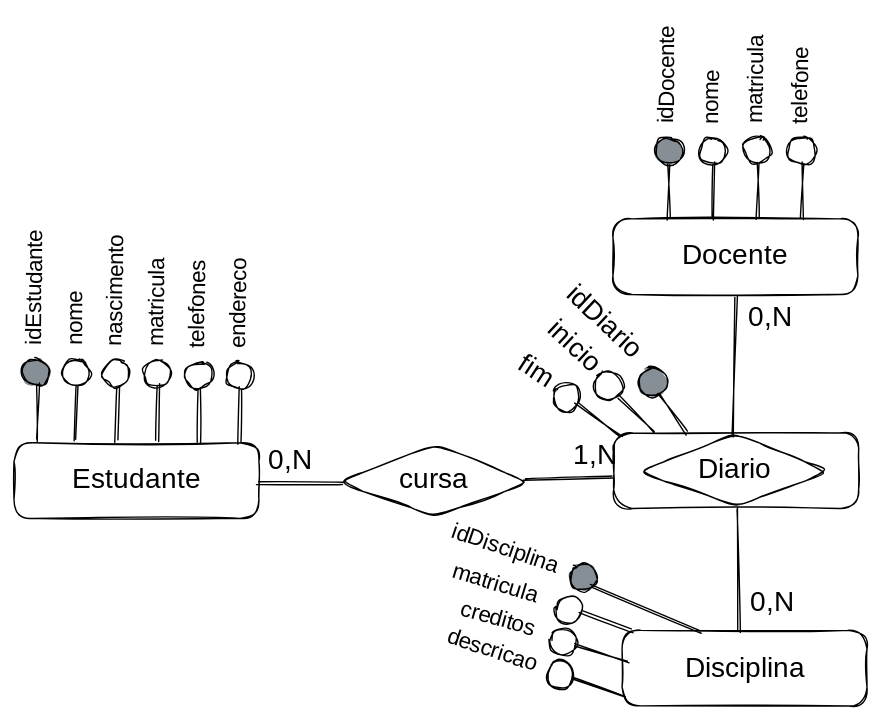
francojoao/gb-banco-de-dados keeps this Excalidraw diagram as .gitbook/assets/file.excalidraw (9).svg. Above is the earlier version. Source tidied: one line per element, renumbered; positions are measured from the earlier drawing's top-left corner, leaving out a move shared by most shapes.
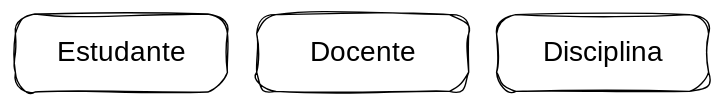
Later version of the same file.

What changed in the source:
```diff
@@ -1,70 +1,6 @@
-{"id": 0, "type": "rectangle", "strokeColor": "#000000", "strokeWidth": 1, "roughness": 1, "round": true, "x": 33, "y": 277, "width": 175, "height": 54}
+{"id": 70, "type": "rectangle", "strokeColor": "#000000", "strokeWidth": 1, "roughness": 2, "round": true, "x": 351, "y": 304, "width": 152, "height": 56}
-{"id": 1, "type": "text", "text": "Estudante", "strokeColor": "#000000", "strokeWidth": 1, "roughness": 1, "fontSize": 20, "fontFamily": 1, "textAlign": "center", "verticalAlign": "middle", "inside": 0, "x": 68, "y": 292, "width": 105, "height": 23}
+{"id": 1, "type": "text", "text": "Estudante", "strokeColor": "#000000", "strokeWidth": 1, "roughness": 1, "fontSize": 20, "fontFamily": 1, "textAlign": "center", "verticalAlign": "middle", "inside": 70, "x": 374, "y": 319, "width": 105, "height": 25}
-{"id": 2, "type": "rectangle", "strokeColor": "#000000", "strokeWidth": 1, "roughness": 1, "round": true, "x": 461, "y": 270, "width": 175, "height": 54}
-{"id": 3, "type": "diamond", "strokeColor": "#000000", "strokeWidth": 1, "roughness": 1, "round": true, "x": 265, "y": 278, "width": 136, "height": 52}
-{"id": 4, "type": "text", "text": "cursa", "strokeColor": "#000000", "strokeWidth": 1, "roughness": 1, "fontSize": 20, "fontFamily": 1, "textAlign": "center", "verticalAlign": "middle", "inside": 3, "x": 305, "y": 293, "width": 56, "height": 23}
-{"id": 5, "type": "line", "strokeColor": "#000000", "strokeWidth": 1, "roughness": 1, "round": true, "x": 208, "y": 306, "width": 61, "height": 1, "points": [[0, 0], [61, -1]]}
-{"id": 6, "type": "line", "strokeColor": "#000000", "strokeWidth": 1, "roughness": 1, "round": true, "x": 398, "y": 304, "width": 63, "height": 3, "points": [[0, 0], [63, -3]]}
-{"id": 7, "type": "text", "text": "0,N", "strokeColor": "#000000", "strokeWidth": 1, "roughness": 1, "fontSize": 20, "fontFamily": 1, "x": 214, "y": 278, "width": 34, "height": 25}
-{"id": 8, "type": "text", "text": "1,N", "strokeColor": "#000000", "strokeWidth": 1, "roughness": 1, "fontSize": 20, "fontFamily": 1, "x": 432, "y": 274, "width": 25, "height": 25}
-{"id": 9, "type": "rectangle", "strokeColor": "#000000", "strokeWidth": 1, "roughness": 1, "round": true, "x": 461, "y": 117, "width": 175, "height": 54}
+{"id": 71, "type": "rectangle", "strokeColor": "#000000", "strokeWidth": 1, "roughness": 2, "round": true, "x": 524, "y": 304, "width": 152, "height": 55}
-{"id": 10, "type": "text", "text": "Docente", "strokeColor": "#000000", "strokeWidth": 1, "roughness": 1, "fontSize": 20, "fontFamily": 1, "textAlign": "center", "verticalAlign": "middle", "inside": 9, "x": 508, "y": 132, "width": 81, "height": 25}
+{"id": 10, "type": "text", "text": "Docente", "strokeColor": "#000000", "strokeWidth": 1, "roughness": 1, "fontSize": 20, "fontFamily": 1, "textAlign": "center", "verticalAlign": "middle", "inside": 71, "x": 560, "y": 319, "width": 81, "height": 25}
-{"id": 11, "type": "rectangle", "strokeColor": "#000000", "strokeWidth": 1, "roughness": 1, "round": true, "x": 467, "y": 411, "width": 175, "height": 54}
+{"id": 72, "type": "rectangle", "strokeColor": "#000000", "strokeWidth": 1, "roughness": 2, "round": true, "x": 696, "y": 304, "width": 152, "height": 55}
-{"id": 12, "type": "text", "text": "Disciplina", "strokeColor": "#000000", "strokeWidth": 1, "roughness": 1, "fontSize": 20, "fontFamily": 1, "textAlign": "center", "verticalAlign": "middle", "inside": 11, "x": 510, "y": 427, "width": 89, "height": 25}
+{"id": 12, "type": "text", "text": "Disciplina", "strokeColor": "#000000", "strokeWidth": 1, "roughness": 1, "fontSize": 20, "fontFamily": 1, "textAlign": "center", "verticalAlign": "middle", "inside": 72, "x": 728, "y": 319, "width": 89, "height": 25}
-{"id": 13, "type": "diamond", "strokeColor": "#000000", "strokeWidth": 1, "roughness": 1, "round": true, "x": 480, "y": 271, "width": 136, "height": 52}
-{"id": 14, "type": "text", "text": "Diario", "strokeColor": "#000000", "strokeWidth": 1, "roughness": 1, "fontSize": 20, "fontFamily": 1, "textAlign": "center", "verticalAlign": "middle", "inside": 13, "x": 518, "y": 284, "width": 59, "height": 25}
-{"id": 15, "type": "line", "strokeColor": "#000000", "strokeWidth": 1, "roughness": 1, "round": true, "x": 550, "y": 412, "width": 2, "height": 88, "points": [[0, 0], [-2, -88]]}
-{"id": 16, "type": "line", "strokeColor": "#000000", "strokeWidth": 1, "roughness": 1, "round": true, "x": 548, "y": 173, "width": 2, "height": 100, "points": [[0, 0], [-2, 100]]}
-{"id": 17, "type": "text", "text": "0,N", "strokeColor": "#000000", "strokeWidth": 1, "roughness": 1, "fontSize": 20, "fontFamily": 1, "x": 558, "y": 176, "width": 34, "height": 25}
-{"id": 18, "type": "text", "text": "0,N", "strokeColor": "#000000", "strokeWidth": 1, "roughness": 1, "fontSize": 20, "fontFamily": 1, "x": 558, "y": 379, "width": 34, "height": 25}
-{"id": 19, "type": "ellipse", "strokeColor": "#000000", "angle": 0.01, "strokeWidth": 1, "roughness": 1, "round": true, "x": 67, "y": 217, "width": 20, "height": 19}
-{"id": 20, "type": "line", "strokeColor": "#000000", "angle": 0.01, "backgroundColor": "#868e96", "fillStyle": "solid", "strokeWidth": 1, "roughness": 1, "round": true, "x": 78, "y": 236, "width": 1, "height": 40, "points": [[0, 0], [-1, 40]]}
-{"id": 21, "type": "text", "text": "nome", "strokeColor": "#000000", "angle": 4.73, "backgroundColor": "#868e96", "fillStyle": "solid", "strokeWidth": 1, "roughness": 1, "fontSize": 16, "fontFamily": 1, "x": 59, "y": 179, "width": 37, "height": 20}
-{"id": 22, "type": "ellipse", "strokeColor": "#000000", "angle": 0.01, "strokeWidth": 1, "roughness": 1, "round": true, "x": 125, "y": 218, "width": 20, "height": 19}
-{"id": 23, "type": "line", "strokeColor": "#000000", "angle": 0.01, "backgroundColor": "#868e96", "fillStyle": "solid", "strokeWidth": 1, "roughness": 1, "round": true, "x": 136, "y": 237, "width": 1, "height": 40, "points": [[0, 0], [-1, 40]]}
-{"id": 24, "type": "text", "text": "matricula", "strokeColor": "#000000", "angle": 4.73, "backgroundColor": "#868e96", "fillStyle": "solid", "strokeWidth": 1, "roughness": 1, "fontSize": 16, "fontFamily": 1, "x": 99, "y": 161, "width": 74, "height": 20}
-{"id": 25, "type": "ellipse", "strokeColor": "#000000", "angle": 0.01, "strokeWidth": 1, "roughness": 1, "round": true, "x": 155, "y": 220, "width": 20, "height": 19}
-{"id": 26, "type": "line", "strokeColor": "#000000", "angle": 0.01, "backgroundColor": "#868e96", "fillStyle": "solid", "strokeWidth": 1, "roughness": 1, "round": true, "x": 165, "y": 238, "width": 1, "height": 40, "points": [[0, 0], [-1, 40]]}
-{"id": 27, "type": "text", "text": "telefones", "strokeColor": "#000000", "angle": 4.73, "backgroundColor": "#868e96", "fillStyle": "solid", "strokeWidth": 1, "roughness": 1, "fontSize": 16, "fontFamily": 1, "x": 128, "y": 162, "width": 74, "height": 20}
-{"id": 28, "type": "ellipse", "strokeColor": "#000000", "angle": 0.01, "strokeWidth": 1, "roughness": 1, "round": true, "x": 184, "y": 220, "width": 20, "height": 19}
-{"id": 29, "type": "line", "strokeColor": "#000000", "angle": 0.01, "backgroundColor": "#868e96", "fillStyle": "solid", "strokeWidth": 1, "roughness": 1, "round": true, "x": 195, "y": 238, "width": 1, "height": 40, "points": [[0, 0], [-1, 40]]}
-{"id": 30, "type": "text", "text": "endereco", "strokeColor": "#000000", "angle": 4.73, "backgroundColor": "#868e96", "fillStyle": "solid", "strokeWidth": 1, "roughness": 1, "fontSize": 16, "fontFamily": 1, "x": 160, "y": 165, "width": 69, "height": 20}
-{"id": 31, "type": "ellipse", "strokeColor": "#000000", "strokeWidth": 1, "roughness": 1, "round": true, "x": 522, "y": 59, "width": 20, "height": 19}
-{"id": 32, "type": "line", "strokeColor": "#000000", "backgroundColor": "#868e96", "fillStyle": "solid", "strokeWidth": 1, "roughness": 1, "round": true, "x": 533, "y": 78, "width": 1, "height": 40, "points": [[0, 0], [-1, 40]]}
-{"id": 33, "type": "text", "text": "nome", "strokeColor": "#000000", "angle": 4.73, "backgroundColor": "#868e96", "fillStyle": "solid", "strokeWidth": 1, "roughness": 1, "fontSize": 16, "fontFamily": 1, "x": 514, "y": 21, "width": 37, "height": 20}
-{"id": 34, "type": "ellipse", "strokeColor": "#000000", "strokeWidth": 1, "roughness": 1, "round": true, "x": 554, "y": 59, "width": 20, "height": 19}
-{"id": 35, "type": "line", "strokeColor": "#000000", "backgroundColor": "#868e96", "fillStyle": "solid", "strokeWidth": 1, "roughness": 1, "round": true, "x": 565, "y": 77, "width": 1, "height": 40, "points": [[0, 0], [-1, 40]]}
-{"id": 36, "type": "text", "text": "matricula", "strokeColor": "#000000", "angle": 4.73, "backgroundColor": "#868e96", "fillStyle": "solid", "strokeWidth": 1, "roughness": 1, "fontSize": 16, "fontFamily": 1, "x": 527, "y": 2, "width": 74, "height": 20}
-{"id": 37, "type": "ellipse", "strokeColor": "#000000", "strokeWidth": 1, "roughness": 1, "round": true, "x": 586, "y": 59, "width": 20, "height": 19}
-{"id": 38, "type": "line", "strokeColor": "#000000", "backgroundColor": "#868e96", "fillStyle": "solid", "strokeWidth": 1, "roughness": 1, "round": true, "x": 597, "y": 77, "width": 1, "height": 40, "points": [[0, 0], [-1, 40]]}
-{"id": 39, "type": "text", "text": "telefone", "strokeColor": "#000000", "angle": 4.73, "backgroundColor": "#868e96", "fillStyle": "solid", "strokeWidth": 1, "roughness": 1, "fontSize": 16, "fontFamily": 1, "x": 563, "y": 6, "width": 66, "height": 20}
-{"id": 40, "type": "ellipse", "strokeColor": "#000000", "angle": 5.03, "strokeWidth": 1, "roughness": 1, "round": true, "x": 419, "y": 387, "width": 20, "height": 19}
-{"id": 41, "type": "line", "strokeColor": "#000000", "angle": 5.03, "backgroundColor": "#868e96", "fillStyle": "solid", "strokeWidth": 1, "roughness": 1, "round": true, "x": 457, "y": 385, "width": 1, "height": 40, "points": [[0, 0], [-1, 40]]}
-{"id": 42, "type": "text", "text": "matricula", "strokeColor": "#000000", "angle": 6.58, "backgroundColor": "#868e96", "fillStyle": "solid", "strokeWidth": 1, "roughness": 1, "fontSize": 16, "fontFamily": 1, "x": 345, "y": 370, "width": 74, "height": 20}
-{"id": 43, "type": "ellipse", "strokeColor": "#000000", "angle": 5.01, "strokeWidth": 1, "roughness": 1, "round": true, "x": 415, "y": 410, "width": 20, "height": 19}
-{"id": 44, "type": "line", "strokeColor": "#000000", "angle": 5.01, "backgroundColor": "#868e96", "fillStyle": "solid", "strokeWidth": 1, "roughness": 1, "round": true, "x": 452, "y": 407, "width": 1, "height": 40, "points": [[0, 0], [-1, 40]]}
-{"id": 45, "type": "text", "text": "creditos", "strokeColor": "#000000", "angle": 6.56, "backgroundColor": "#868e96", "fillStyle": "solid", "strokeWidth": 1, "roughness": 1, "fontSize": 16, "fontFamily": 1, "x": 351, "y": 395, "width": 65, "height": 20}
-{"id": 46, "type": "ellipse", "strokeColor": "#000000", "angle": 5.05, "strokeWidth": 1, "roughness": 1, "round": true, "x": 413, "y": 433, "width": 20, "height": 19}
-{"id": 47, "type": "line", "strokeColor": "#000000", "angle": 5.05, "backgroundColor": "#868e96", "fillStyle": "solid", "strokeWidth": 1, "roughness": 1, "round": true, "x": 450, "y": 432, "width": 1, "height": 40, "points": [[0, 0], [-1, 40]]}
-{"id": 48, "type": "text", "text": "descricao", "strokeColor": "#000000", "angle": 6.6, "backgroundColor": "#868e96", "fillStyle": "solid", "strokeWidth": 1, "roughness": 1, "fontSize": 16, "fontFamily": 1, "x": 341, "y": 418, "width": 75, "height": 20}
-{"id": 49, "type": "ellipse", "strokeColor": "#000000", "angle": 5.49, "strokeWidth": 1, "roughness": 1, "round": true, "x": 447, "y": 226, "width": 20, "height": 21}
-{"id": 50, "type": "line", "strokeColor": "#000000", "angle": 5.49, "backgroundColor": "#868e96", "fillStyle": "solid", "strokeWidth": 1, "roughness": 1, "round": true, "x": 477, "y": 240, "width": 1, "height": 36, "points": [[0, 0], [1, 36]]}
-{"id": 51, "type": "text", "text": "inicio", "strokeColor": "#000000", "angle": 7.04, "backgroundColor": "#868e96", "fillStyle": "solid", "strokeWidth": 1, "roughness": 1, "fontSize": 19.36, "fontFamily": 1, "x": 410, "y": 197, "width": 45, "height": 24}
-{"id": 52, "type": "ellipse", "strokeColor": "#000000", "angle": 5.31, "strokeWidth": 1, "roughness": 1, "round": true, "x": 417, "y": 235, "width": 20, "height": 19}
-{"id": 53, "type": "line", "strokeColor": "#000000", "angle": 5.31, "backgroundColor": "#868e96", "fillStyle": "solid", "strokeWidth": 1, "roughness": 1, "round": true, "x": 451, "y": 240, "width": 1, "height": 40, "points": [[0, 0], [-1, 40]]}
-{"id": 54, "type": "text", "text": "fim", "strokeColor": "#000000", "angle": 6.86, "backgroundColor": "#868e96", "fillStyle": "solid", "strokeWidth": 1, "roughness": 1, "fontSize": 19.22, "fontFamily": 1, "x": 392, "y": 215, "width": 28, "height": 24}
-{"id": 55, "type": "ellipse", "strokeColor": "#000000", "angle": 0.01, "strokeWidth": 1, "roughness": 1, "round": true, "x": 96, "y": 218, "width": 20, "height": 19}
-{"id": 56, "type": "line", "strokeColor": "#000000", "angle": 0.01, "backgroundColor": "#868e96", "fillStyle": "solid", "strokeWidth": 1, "roughness": 1, "round": true, "x": 107, "y": 236, "width": 1, "height": 40, "points": [[0, 0], [-1, 40]]}
-{"id": 57, "type": "text", "text": "nascimento", "strokeColor": "#000000", "angle": 4.73, "backgroundColor": "#868e96", "fillStyle": "solid", "strokeWidth": 1, "roughness": 1, "fontSize": 16, "fontFamily": 1, "x": 64, "y": 155, "width": 85, "height": 20}
-{"id": 58, "type": "ellipse", "strokeColor": "#000000", "backgroundColor": "#868e96", "fillStyle": "solid", "strokeWidth": 1, "roughness": 1, "round": true, "x": 38, "y": 217, "width": 20, "height": 19}
-{"id": 59, "type": "line", "strokeColor": "#000000", "backgroundColor": "#868e96", "fillStyle": "solid", "strokeWidth": 1, "roughness": 1, "round": true, "x": 49, "y": 236, "width": 1, "height": 40, "points": [[0, 0], [-1, 40]]}
-{"id": 60, "type": "text", "text": "idEstudante", "strokeColor": "#000000", "angle": 4.73, "backgroundColor": "#868e96", "fillStyle": "solid", "strokeWidth": 1, "roughness": 1, "fontSize": 16, "fontFamily": 1, "x": 0, "y": 149, "width": 97, "height": 20}
-{"id": 61, "type": "ellipse", "strokeColor": "#000000", "backgroundColor": "#868e96", "fillStyle": "solid", "strokeWidth": 1, "roughness": 1, "round": true, "x": 490, "y": 59, "width": 20, "height": 19}
-{"id": 62, "type": "line", "strokeColor": "#000000", "backgroundColor": "#868e96", "fillStyle": "solid", "strokeWidth": 1, "roughness": 1, "round": true, "x": 501, "y": 78, "width": 1, "height": 40, "points": [[0, 0], [-1, 40]]}
-{"id": 63, "type": "text", "text": "idDocente", "strokeColor": "#000000", "angle": 4.73, "backgroundColor": "#868e96", "fillStyle": "solid", "strokeWidth": 1, "roughness": 1, "fontSize": 16, "fontFamily": 1, "x": 461, "y": 0, "width": 78, "height": 20}
-{"id": 64, "type": "ellipse", "strokeColor": "#000000", "angle": 5.69, "backgroundColor": "#868e96", "fillStyle": "solid", "strokeWidth": 1, "roughness": 1, "round": true, "x": 479, "y": 223, "width": 20, "height": 21}
-{"id": 65, "type": "line", "strokeColor": "#000000", "angle": 5.69, "backgroundColor": "#868e96", "fillStyle": "solid", "strokeWidth": 1, "roughness": 1, "round": true, "x": 503, "y": 238, "width": 1, "height": 36, "points": [[0, 0], [1, 36]]}
-{"id": 66, "type": "text", "text": "idDiario", "strokeColor": "#000000", "angle": 7.04, "backgroundColor": "#868e96", "fillStyle": "solid", "strokeWidth": 1, "roughness": 1, "fontSize": 19.36, "fontFamily": 1, "x": 420, "y": 182, "width": 73, "height": 24}
-{"id": 67, "type": "ellipse", "strokeColor": "#000000", "angle": 5.34, "backgroundColor": "#868e96", "fillStyle": "solid", "strokeWidth": 1, "roughness": 1, "round": true, "x": 430, "y": 364, "width": 20, "height": 19}
-{"id": 68, "type": "line", "strokeColor": "#000000", "angle": 5.34, "backgroundColor": "#868e96", "fillStyle": "solid", "strokeWidth": 1, "roughness": 1, "round": true, "x": 474, "y": 354, "width": 20, "height": 83, "points": [[0, 0], [20, 83]]}
-{"id": 69, "type": "text", "text": "idDisciplina", "strokeColor": "#000000", "angle": 0.33, "backgroundColor": "#868e96", "fillStyle": "solid", "strokeWidth": 1, "roughness": 1, "fontSize": 16, "fontFamily": 1, "x": 343, "y": 345, "width": 85, "height": 20}
```
